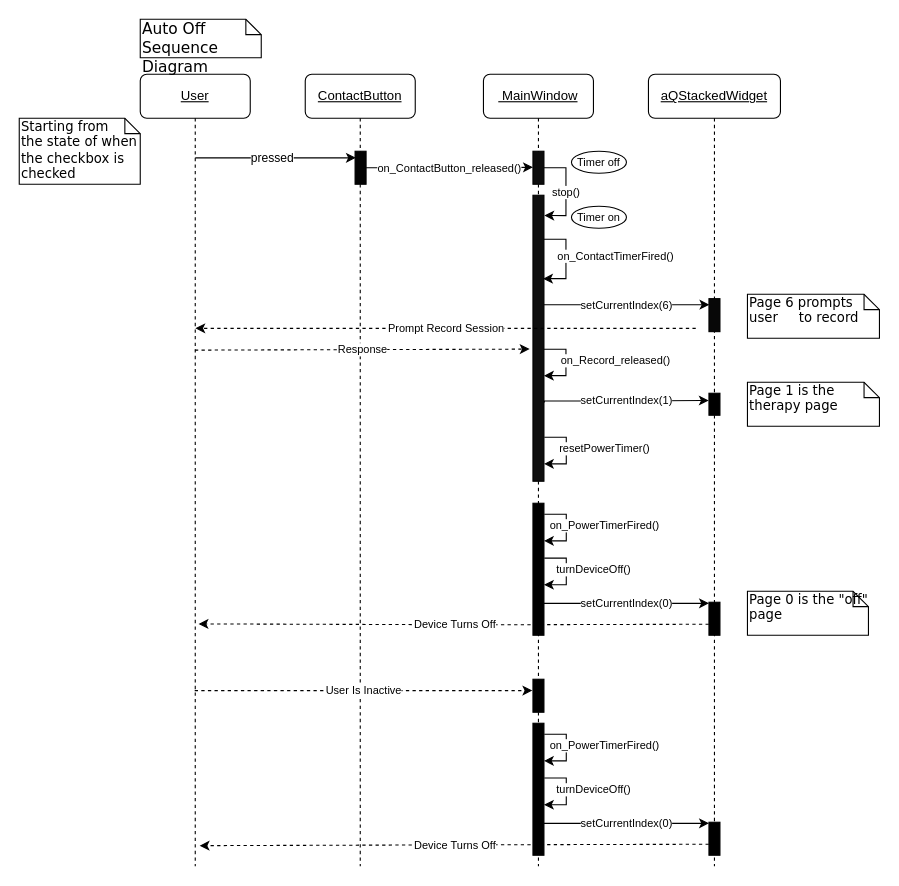
Before: Documentation/auto_off.drawio in Hall-Andrew/CESDEVICE-3004FinalProject, a draw.io diagram. Source tidied: cells renumbered, new cells numbered last; positions are measured from the earlier drawing's top-left corner, leaving out a move shared by most shapes. Both pictures are drawn from the tidied source at 110%, with x=0, y=0 at pixel (19, 19).
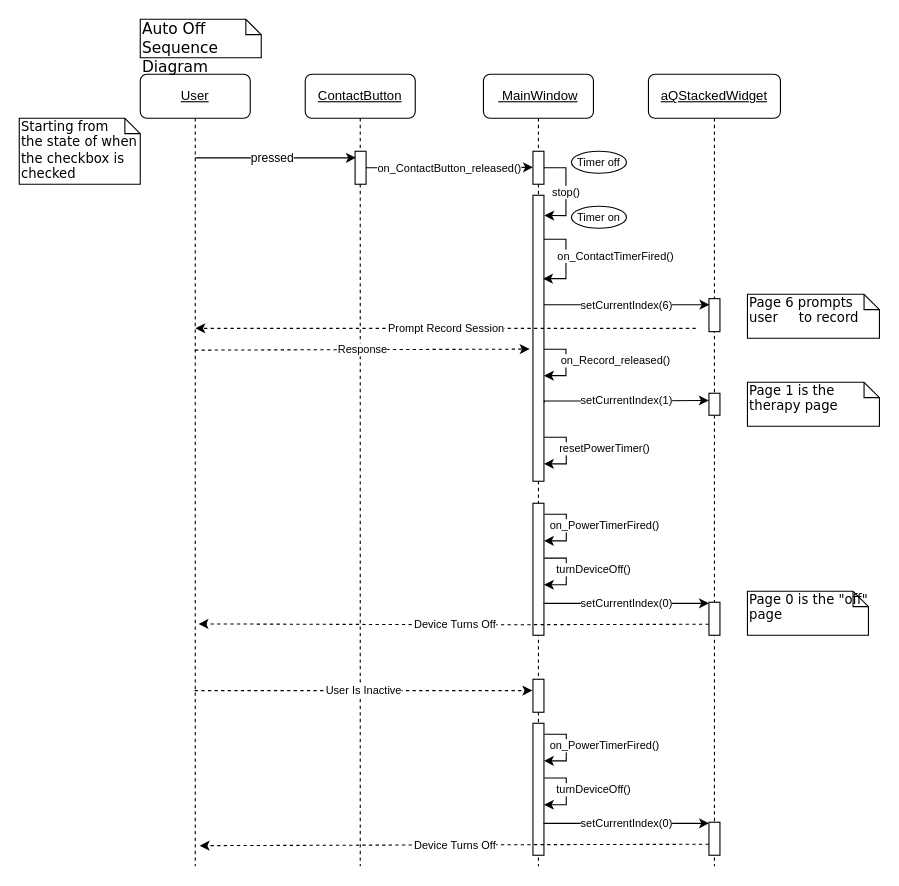
Above is the later version.

The change refers to these unchanged cells:
```xml
<mxCell id="2" value="&lt;u&gt;&lt;font face=&quot;Helvetica&quot;&gt;&amp;nbsp;MainWindow&lt;/font&gt;&lt;/u&gt;" style="shape=umlLifeline;perimeter=lifelinePerimeter;whiteSpace=wrap;html=1;rounded=1;shadow=0;comic=0;labelBackgroundColor=none;strokeWidth=1;fontFamily=Verdana;fontSize=12;align=center;" parent="1" vertex="1">
  <mxGeometry x="422" y="50" width="100" height="720" as="geometry" />
</mxCell>
<mxCell id="19" value="&lt;u&gt;&lt;font face=&quot;Helvetica&quot;&gt;aQStackedWidget&lt;/font&gt;&lt;/u&gt;" style="shape=umlLifeline;perimeter=lifelinePerimeter;whiteSpace=wrap;html=1;rounded=1;shadow=0;comic=0;labelBackgroundColor=none;strokeWidth=1;fontFamily=Verdana;fontSize=12;align=center;" parent="1" vertex="1">
  <mxGeometry x="572" y="50" width="120" height="720" as="geometry" />
</mxCell>
<mxCell id="27" value="&lt;u&gt;&lt;font face=&quot;Helvetica&quot;&gt;ContactButton&lt;/font&gt;&lt;/u&gt;" style="shape=umlLifeline;perimeter=lifelinePerimeter;whiteSpace=wrap;html=1;rounded=1;shadow=0;comic=0;labelBackgroundColor=none;strokeWidth=1;fontFamily=Verdana;fontSize=12;align=center;" parent="1" vertex="1">
  <mxGeometry x="260" y="50" width="100" height="720" as="geometry" />
</mxCell>
```

What changed in the source:
```diff
@@
-    <mxCell id="4" style="html=1;points=[];perimeter=orthogonalPerimeter;rounded=0;shadow=0;comic=0;labelBackgroundColor=none;strokeWidth=1;fontFamily=Verdana;fontSize=12;align=center;fillColor=#0D0D0D;" parent="2" vertex="1">
+    <mxCell id="4" style="html=1;points=[];perimeter=orthogonalPerimeter;rounded=0;shadow=0;comic=0;labelBackgroundColor=none;strokeWidth=1;fontFamily=Verdana;fontSize=12;align=center;fillColor=#FFFFFF;" parent="2" vertex="1">
       <mxGeometry x="45" y="70" width="10" height="30" as="geometry" />
     </mxCell>
-    <mxCell id="5" style="html=1;points=[];perimeter=orthogonalPerimeter;rounded=0;shadow=0;comic=0;labelBackgroundColor=none;strokeWidth=1;fontFamily=Verdana;fontSize=12;align=center;fillColor=#0F0F0F;" parent="2" vertex="1">
+    <mxCell id="5" style="html=1;points=[];perimeter=orthogonalPerimeter;rounded=0;shadow=0;comic=0;labelBackgroundColor=none;strokeWidth=1;fontFamily=Verdana;fontSize=12;align=center;fillColor=#FFFFFF;" parent="2" vertex="1">
       <mxGeometry x="45" y="110" width="10" height="260" as="geometry" />
     </mxCell>
@@
-    <mxCell id="9" style="html=1;perimeter=orthogonalPerimeter;rounded=0;shadow=0;comic=0;labelBackgroundColor=none;strokeWidth=1;fontFamily=Verdana;fontSize=12;align=center;fillColor=#000000;" parent="2" vertex="1">
+    <mxCell id="9" style="html=1;perimeter=orthogonalPerimeter;rounded=0;shadow=0;comic=0;labelBackgroundColor=none;strokeWidth=1;fontFamily=Verdana;fontSize=12;align=center;fillColor=#FFFFFF;" parent="2" vertex="1">
       <mxGeometry x="45" y="390" width="10" height="120" as="geometry" />
     </mxCell>
@@
-    <mxCell id="13" style="html=1;perimeter=orthogonalPerimeter;rounded=0;shadow=0;comic=0;labelBackgroundColor=none;strokeWidth=1;fontFamily=Verdana;fontSize=12;align=center;fillColor=#000000;" parent="2" vertex="1">
+    <mxCell id="13" style="html=1;perimeter=orthogonalPerimeter;rounded=0;shadow=0;comic=0;labelBackgroundColor=none;strokeWidth=1;fontFamily=Verdana;fontSize=12;align=center;fillColor=#FFFFFF;" parent="2" vertex="1">
       <mxGeometry x="45" y="590" width="10" height="120" as="geometry" />
     </mxCell>
@@
-    <mxCell id="18" style="html=1;points=[];perimeter=orthogonalPerimeter;rounded=0;shadow=0;comic=0;labelBackgroundColor=none;strokeWidth=1;fontFamily=Verdana;fontSize=12;align=center;fillColor=#000000;" parent="2" vertex="1">
+    <mxCell id="18" style="html=1;points=[];perimeter=orthogonalPerimeter;rounded=0;shadow=0;comic=0;labelBackgroundColor=none;strokeWidth=1;fontFamily=Verdana;fontSize=12;align=center;fillColor=#FFFFFF;" parent="2" vertex="1">
       <mxGeometry x="45" y="550" width="10" height="30" as="geometry" />
     </mxCell>
@@
-    <mxCell id="20" style="html=1;perimeter=orthogonalPerimeter;rounded=0;shadow=0;comic=0;labelBackgroundColor=none;strokeWidth=1;fontFamily=Verdana;fontSize=12;align=center;fillColor=#080808;" parent="19" vertex="1">
+    <mxCell id="20" style="html=1;perimeter=orthogonalPerimeter;rounded=0;shadow=0;comic=0;labelBackgroundColor=none;strokeWidth=1;fontFamily=Verdana;fontSize=12;align=center;fillColor=#FFFFFF;" parent="19" vertex="1">
       <mxGeometry x="55" y="204" width="10" height="30" as="geometry" />
     </mxCell>
-    <mxCell id="21" style="html=1;perimeter=orthogonalPerimeter;rounded=0;shadow=0;comic=0;labelBackgroundColor=none;strokeWidth=1;fontFamily=Verdana;fontSize=12;align=center;fillColor=#000000;" parent="19" vertex="1">
+    <mxCell id="21" style="html=1;perimeter=orthogonalPerimeter;rounded=0;shadow=0;comic=0;labelBackgroundColor=none;strokeWidth=1;fontFamily=Verdana;fontSize=12;align=center;fillColor=#FFFFFF;" parent="19" vertex="1">
       <mxGeometry x="55" y="480" width="10" height="30" as="geometry" />
     </mxCell>
@@
-    <mxCell id="23" style="html=1;perimeter=orthogonalPerimeter;rounded=0;shadow=0;comic=0;labelBackgroundColor=none;strokeWidth=1;fontFamily=Verdana;fontSize=12;align=center;fillColor=#000000;" parent="19" vertex="1">
+    <mxCell id="23" style="html=1;perimeter=orthogonalPerimeter;rounded=0;shadow=0;comic=0;labelBackgroundColor=none;strokeWidth=1;fontFamily=Verdana;fontSize=12;align=center;fillColor=#FFFFFF;" parent="19" vertex="1">
       <mxGeometry x="55" y="680" width="10" height="30" as="geometry" />
     </mxCell>
-    <mxCell id="24" style="html=1;perimeter=orthogonalPerimeter;rounded=0;shadow=0;comic=0;labelBackgroundColor=none;strokeWidth=1;fontFamily=Verdana;fontSize=12;align=center;fillColor=#000000;" parent="19" vertex="1">
+    <mxCell id="24" style="html=1;perimeter=orthogonalPerimeter;rounded=0;shadow=0;comic=0;labelBackgroundColor=none;strokeWidth=1;fontFamily=Verdana;fontSize=12;align=center;fillColor=#FFFFFF;" parent="19" vertex="1">
       <mxGeometry x="55" y="290" width="10" height="20" as="geometry" />
     </mxCell>
@@
-    <mxCell id="28" style="html=1;points=[];perimeter=orthogonalPerimeter;rounded=0;shadow=0;comic=0;labelBackgroundColor=none;strokeWidth=1;fontFamily=Verdana;fontSize=12;align=center;fillColor=#030303;" parent="27" vertex="1">
+    <mxCell id="28" style="html=1;points=[];perimeter=orthogonalPerimeter;rounded=0;shadow=0;comic=0;labelBackgroundColor=none;strokeWidth=1;fontFamily=Verdana;fontSize=12;align=center;fillColor=#FFFFFF;" parent="27" vertex="1">
       <mxGeometry x="45.3" y="70" width="10" height="30" as="geometry" />
     </mxCell>
```
